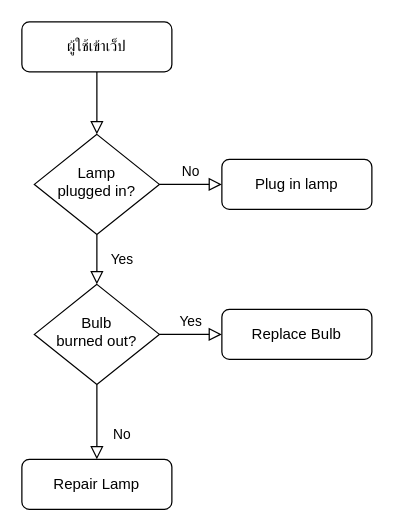
Above: Untitled Diagram.drawio in FramNaVer/AdminDashborad (draw.io), before the change. Source tidied: cells renumbered, new cells numbered last; positions are measured from the earlier drawing's top-left corner, leaving out a move shared by most shapes. Both pictures are drawn from the tidied source at 125%, with x=0, y=0 at pixel (21, 21).
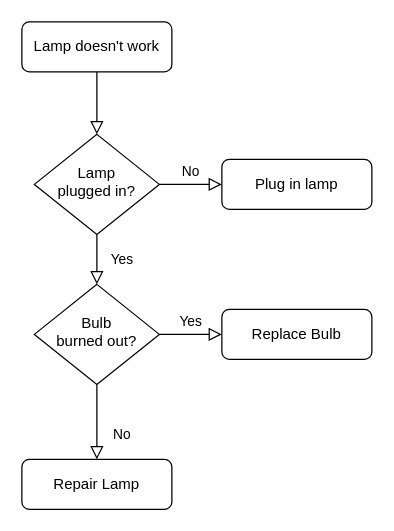
The same page after the edit.

Change to the diagram source:
```diff
@@
 <mxGraphModel>
   <root>
     <mxCell id="0" />
     <mxCell id="1" parent="0" />
     <mxCell id="2" style="rounded=0;html=1;jettySize=auto;fontSize=11;endArrow=block;endFill=0;endSize=8;strokeWidth=1;shadow=0;labelBackgroundColor=none;edgeStyle=orthogonalEdgeStyle;" parent="1" edge="1" source="3" target="6">
       <mxGeometry relative="1" as="geometry" />
     </mxCell>
-    <mxCell id="3" value="ผู้ใช้เข้าเว็ป" style="rounded=1;whiteSpace=wrap;html=1;fontSize=12;glass=0;strokeWidth=1;shadow=0;" parent="1" vertex="1">
+    <mxCell id="3" value="Lamp doesn't work" style="rounded=1;whiteSpace=wrap;html=1;fontSize=12;glass=0;strokeWidth=1;shadow=0;" parent="1" vertex="1">
       <mxGeometry width="120" height="40" as="geometry" />
     </mxCell>
     <mxCell id="4" value="Yes" style="rounded=0;html=1;jettySize=auto;fontSize=11;endArrow=block;endFill=0;endSize=8;strokeWidth=1;shadow=0;labelBackgroundColor=none;edgeStyle=orthogonalEdgeStyle;" parent="1" edge="1" source="6" target="10">
       <mxGeometry y="20" relative="1" as="geometry" />
     </mxCell>
     <mxCell id="5" value="No" style="edgeStyle=orthogonalEdgeStyle;rounded=0;html=1;jettySize=auto;fontSize=11;endArrow=block;endFill=0;endSize=8;strokeWidth=1;shadow=0;labelBackgroundColor=none;" parent="1" edge="1" source="6" target="7">
       <mxGeometry y="10" relative="1" as="geometry" />
     </mxCell>
     <mxCell id="6" value="Lamp&lt;br&gt;plugged in?" style="rhombus;whiteSpace=wrap;html=1;shadow=0;fontFamily=Helvetica;fontSize=12;align=center;strokeWidth=1;spacing=6;spacingTop=-4;" parent="1" vertex="1">
       <mxGeometry x="10" y="90" width="100" height="80" as="geometry" />
     </mxCell>
     <mxCell id="7" value="Plug in lamp" style="rounded=1;whiteSpace=wrap;html=1;fontSize=12;glass=0;strokeWidth=1;shadow=0;" parent="1" vertex="1">
       <mxGeometry x="160" y="110" width="120" height="40" as="geometry" />
     </mxCell>
     <mxCell id="8" value="No" style="rounded=0;html=1;jettySize=auto;fontSize=11;endArrow=block;endFill=0;endSize=8;strokeWidth=1;shadow=0;labelBackgroundColor=none;edgeStyle=orthogonalEdgeStyle;" parent="1" edge="1" source="10" target="11">
       <mxGeometry x="0.33" y="20" relative="1" as="geometry" />
     </mxCell>
     <mxCell id="9" value="Yes" style="edgeStyle=orthogonalEdgeStyle;rounded=0;html=1;jettySize=auto;fontSize=11;endArrow=block;endFill=0;endSize=8;strokeWidth=1;shadow=0;labelBackgroundColor=none;" parent="1" edge="1" source="10" target="12">
       <mxGeometry y="10" relative="1" as="geometry" />
     </mxCell>
     <mxCell id="10" value="Bulb&lt;br&gt;burned out?" style="rhombus;whiteSpace=wrap;html=1;shadow=0;fontFamily=Helvetica;fontSize=12;align=center;strokeWidth=1;spacing=6;spacingTop=-4;" parent="1" vertex="1">
       <mxGeometry x="10" y="210" width="100" height="80" as="geometry" />
     </mxCell>
     <mxCell id="11" value="Repair Lamp" style="rounded=1;whiteSpace=wrap;html=1;fontSize=12;glass=0;strokeWidth=1;shadow=0;" parent="1" vertex="1">
       <mxGeometry y="350" width="120" height="40" as="geometry" />
     </mxCell>
     <mxCell id="12" value="Replace Bulb" style="rounded=1;whiteSpace=wrap;html=1;fontSize=12;glass=0;strokeWidth=1;shadow=0;" parent="1" vertex="1">
       <mxGeometry x="160" y="230" width="120" height="40" as="geometry" />
     </mxCell>
   </root>
 </mxGraphModel>
```
